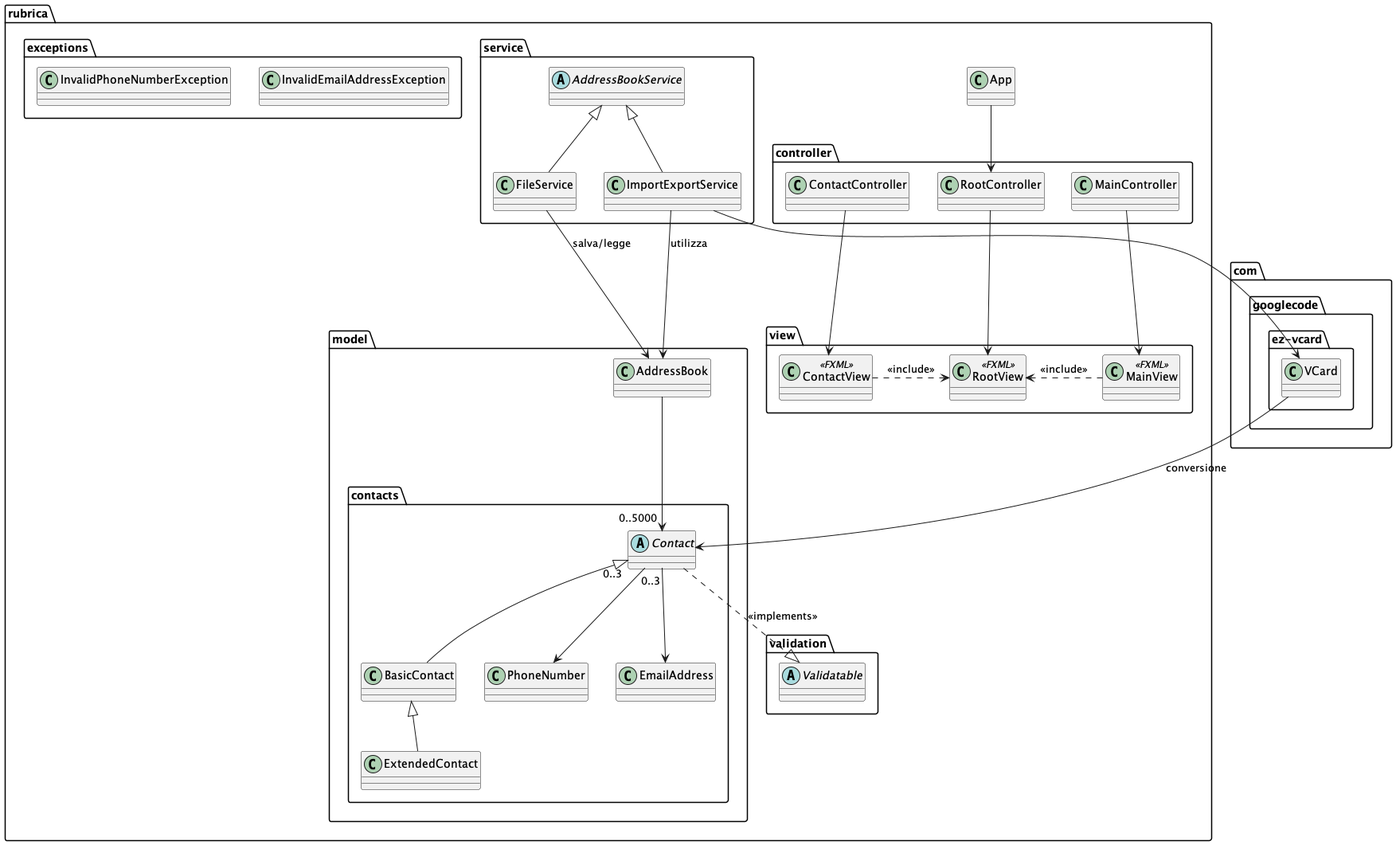
The PlantUML diagram docs/DiagramPackage/diagramPackage.png in francescopeluso/SWE-Project, before a commit.
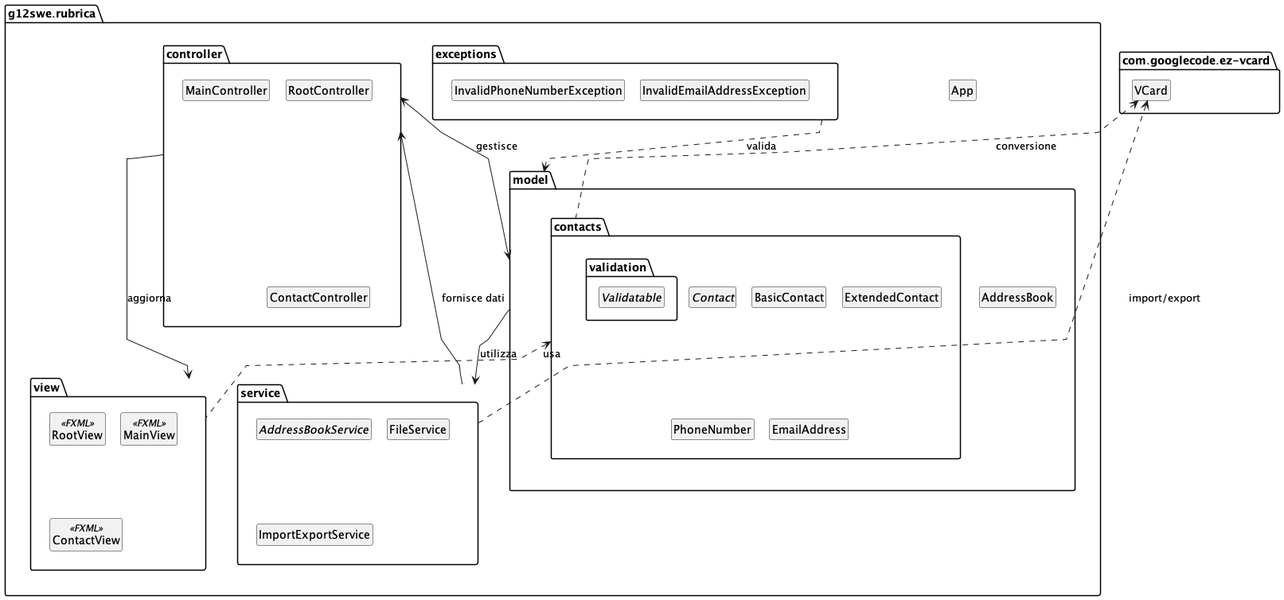
The same diagram one commit later.

Commit message:
Package diagram aggiornato (da revisionare)

Diff of the diagram source:
```diff
@@ -1,6 +1,14 @@
 @startuml
-package "rubrica" {
 
+skinparam linetype polyline
+skinparam nodesep 20
+skinparam ranksep 20
+
+package "com․googlecode․ez-vcard" {
+    class VCard
+}
+
+package "g12swe․rubrica" {
     class App
 
     package "controller" {
@@ -11,12 +19,17 @@
 
     package "model" {
         class AddressBook
+
         package "contacts" {
             abstract class Contact
             class BasicContact
             class ExtendedContact
             class PhoneNumber
             class EmailAddress
+
+            package "validation" {
+                abstract class Validatable
+            }
         }
     }
 
@@ -24,10 +37,6 @@
         class RootView <<FXML>>
         class MainView <<FXML>>
         class ContactView <<FXML>>
-    }
-
-    package "validation" {
-        abstract class Validatable
     }
 
     package "exceptions" {
@@ -41,36 +50,23 @@
         class ImportExportService
     }
 
+    exceptions ..> model : valida
+    model --> service : utilizza
+    service --> controller : fornisce dati
+    controller --> view : aggiorna
+    controller <--> model : gestisce
 
+    contacts <.. view : usa
+
+    VCard <.. service : import/export
+    VCard <.. contacts : conversione
 }
 
-package "com.googlecode.ez-vcard" {
-    class VCard
-}
-
-App --> RootController
-
-RootController --> RootView
-MainController --> MainView
-ContactController --> ContactView
-
-ContactView .> RootView : <<include>>
-MainView .> RootView : <<include>>
-
-AddressBook --> "0..5000" Contact
-Contact "0..3" --> PhoneNumber
-Contact "0..3" --> EmailAddress
-Contact <|-- BasicContact
-BasicContact <|-- ExtendedContact
-
-Contact ..|> Validatable : <<implements>>
-AddressBookService <|-- FileService
-AddressBookService <|-- ImportExportService
-ImportExportService --> VCard
-
-FileService --> AddressBook : salva/legge
-
-ImportExportService --> AddressBook : utilizza
-VCard --> Contact : conversione
+hide class circle
+hide abstract circle
+hide class methods
+hide class attributes
+hide abstract methods
+hide abstract attributes
 
 @enduml
```
